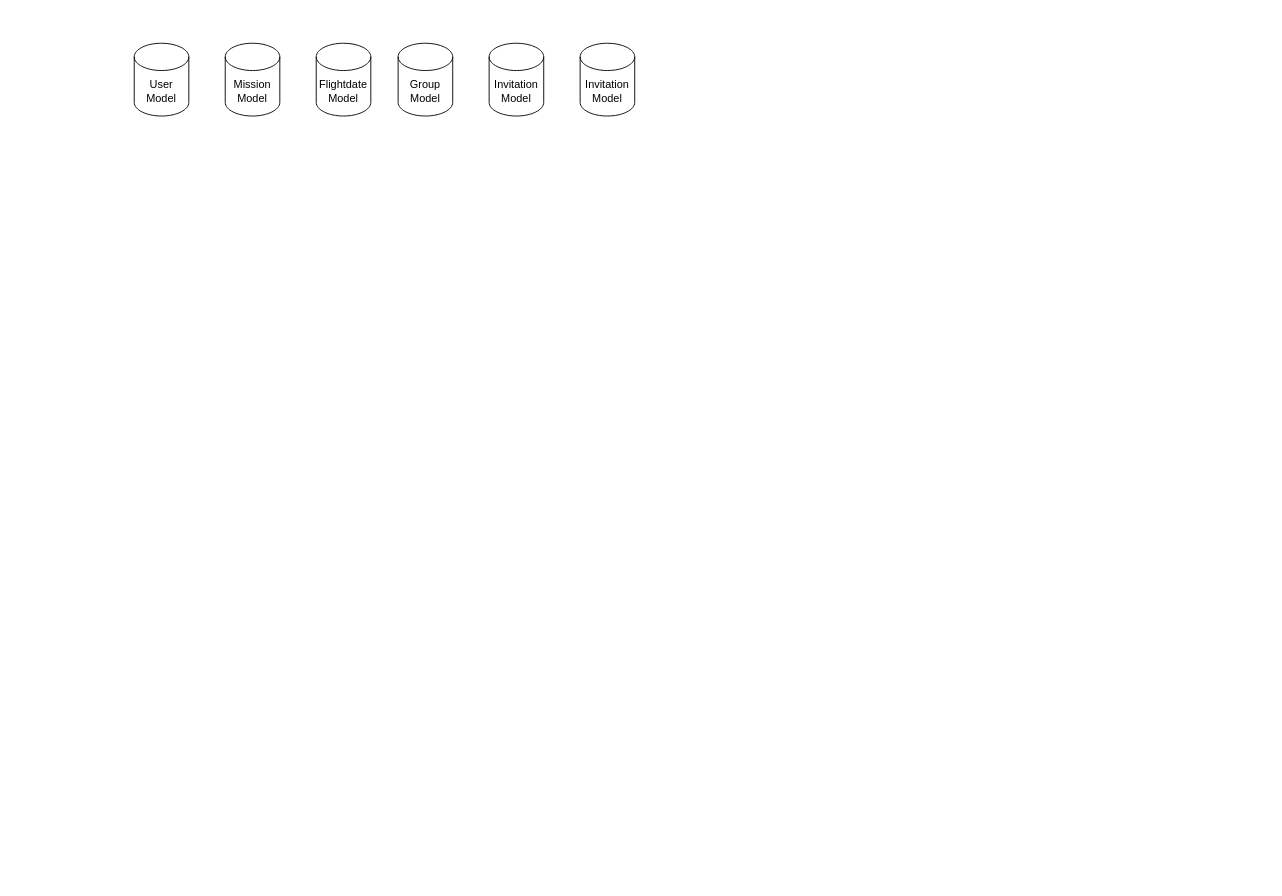
FawnRescue/planning keeps this draw.io diagram as frontend-model.drawio. Above is the earlier version. Source tidied: cells renumbered, new cells numbered last; positions are measured from the earlier drawing's top-left corner, leaving out a move shared by most shapes. Both pictures are drawn from the tidied source at 91%, with x=0, y=0 at pixel (134, 43).
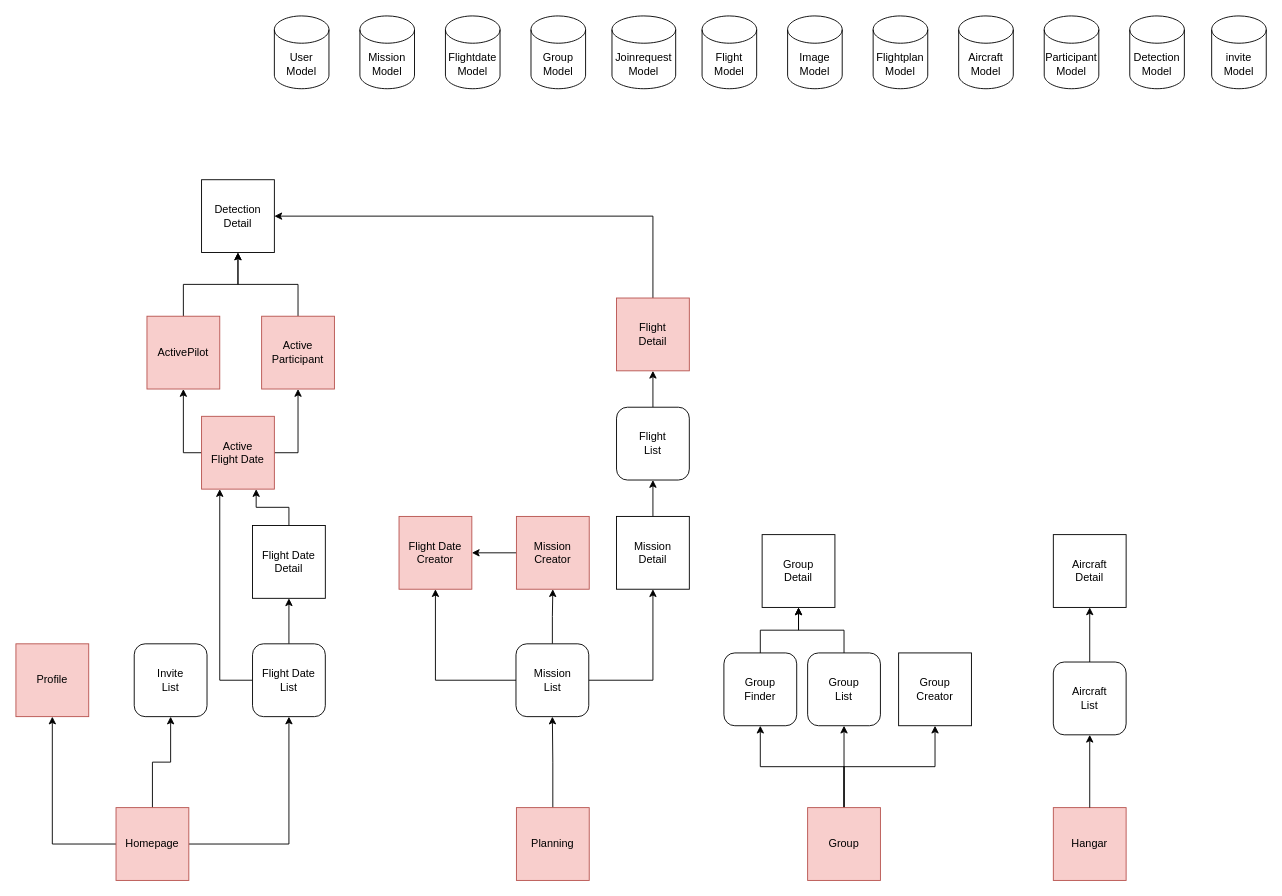
After the change.

Change to the diagram source:
```diff
@@
     <mxCell id="2" value="&lt;div&gt;User&lt;/div&gt;&lt;div&gt;Model&lt;/div&gt;" style="shape=cylinder3;whiteSpace=wrap;html=1;boundedLbl=1;backgroundOutline=1;size=15;" parent="1" vertex="1">
-      <mxGeometry width="60" height="80" as="geometry" />
+      <mxGeometry x="154" y="-30" width="60" height="80" as="geometry" />
     </mxCell>
     <mxCell id="3" value="&lt;div&gt;Mission&lt;/div&gt;&lt;div&gt;Model&lt;br&gt;&lt;/div&gt;" style="shape=cylinder3;whiteSpace=wrap;html=1;boundedLbl=1;backgroundOutline=1;size=15;" parent="1" vertex="1">
-      <mxGeometry x="100" width="60" height="80" as="geometry" />
+      <mxGeometry x="248" y="-30" width="60" height="80" as="geometry" />
     </mxCell>
     <mxCell id="4" value="&lt;div&gt;Flightdate&lt;/div&gt;&lt;div&gt;Model&lt;/div&gt;" style="shape=cylinder3;whiteSpace=wrap;html=1;boundedLbl=1;backgroundOutline=1;size=15;" parent="1" vertex="1">
-      <mxGeometry x="200" width="60" height="80" as="geometry" />
+      <mxGeometry x="342" y="-30" width="60" height="80" as="geometry" />
     </mxCell>
     <mxCell id="5" value="&lt;div&gt;Group&lt;/div&gt;&lt;div&gt;Model&lt;br&gt;&lt;/div&gt;" style="shape=cylinder3;whiteSpace=wrap;html=1;boundedLbl=1;backgroundOutline=1;size=15;" parent="1" vertex="1">
-      <mxGeometry x="290" width="60" height="80" as="geometry" />
+      <mxGeometry x="436" y="-30" width="60" height="80" as="geometry" />
     </mxCell>
-    <mxCell id="6" value="&lt;div&gt;Invitation&lt;/div&gt;&lt;div&gt;Model&lt;br&gt;&lt;/div&gt;" style="shape=cylinder3;whiteSpace=wrap;html=1;boundedLbl=1;backgroundOutline=1;size=15;" parent="1" vertex="1">
-      <mxGeometry x="390" width="60" height="80" as="geometry" />
+    <mxCell id="6" value="&lt;div&gt;Joinrequest&lt;/div&gt;&lt;div&gt;Model&lt;br&gt;&lt;/div&gt;" style="shape=cylinder3;whiteSpace=wrap;html=1;boundedLbl=1;backgroundOutline=1;size=15;" parent="1" vertex="1">
+      <mxGeometry x="525" y="-30" width="70" height="80" as="geometry" />
     </mxCell>
-    <mxCell id="7" value="&lt;div&gt;Invitation&lt;/div&gt;&lt;div&gt;Model&lt;br&gt;&lt;/div&gt;" style="shape=cylinder3;whiteSpace=wrap;html=1;boundedLbl=1;backgroundOutline=1;size=15;" parent="1" vertex="1">
-      <mxGeometry x="490" width="60" height="80" as="geometry" />
+    <mxCell id="7" value="&lt;div&gt;Flight&lt;/div&gt;&lt;div&gt;Model&lt;/div&gt;" style="shape=cylinder3;whiteSpace=wrap;html=1;boundedLbl=1;backgroundOutline=1;size=15;" parent="1" vertex="1">
+      <mxGeometry x="624" y="-30" width="60" height="80" as="geometry" />
     </mxCell>
+    <mxCell id="8" value="&lt;div&gt;Image&lt;/div&gt;&lt;div&gt;Model&lt;br&gt;&lt;/div&gt;" style="shape=cylinder3;whiteSpace=wrap;html=1;boundedLbl=1;backgroundOutline=1;size=15;" parent="1" vertex="1">
+      <mxGeometry x="718" y="-30" width="60" height="80" as="geometry" />
+    </mxCell>
+    <mxCell id="9" value="&lt;div&gt;Flightplan&lt;/div&gt;&lt;div&gt;Model&lt;br&gt;&lt;/div&gt;" style="shape=cylinder3;whiteSpace=wrap;html=1;boundedLbl=1;backgroundOutline=1;size=15;" parent="1" vertex="1">
+      <mxGeometry x="812" y="-30" width="60" height="80" as="geometry" />
+    </mxCell>
+    <mxCell id="10" value="&lt;div&gt;Aircraft&lt;/div&gt;&lt;div&gt;Model&lt;br&gt;&lt;/div&gt;" style="shape=cylinder3;whiteSpace=wrap;html=1;boundedLbl=1;backgroundOutline=1;size=15;" parent="1" vertex="1">
+      <mxGeometry x="906" y="-30" width="60" height="80" as="geometry" />
+    </mxCell>
+    <mxCell id="11" value="&lt;div&gt;Participant&lt;/div&gt;&lt;div&gt;Model&lt;br&gt;&lt;/div&gt;" style="shape=cylinder3;whiteSpace=wrap;html=1;boundedLbl=1;backgroundOutline=1;size=15;" parent="1" vertex="1">
+      <mxGeometry x="1000" y="-30" width="60" height="80" as="geometry" />
+    </mxCell>
+    <mxCell id="12" value="&lt;div&gt;Detection&lt;/div&gt;&lt;div&gt;Model&lt;br&gt;&lt;/div&gt;" style="shape=cylinder3;whiteSpace=wrap;html=1;boundedLbl=1;backgroundOutline=1;size=15;" parent="1" vertex="1">
+      <mxGeometry x="1094" y="-30" width="60" height="80" as="geometry" />
+    </mxCell>
+    <mxCell id="13" style="edgeStyle=orthogonalEdgeStyle;rounded=0;jettySize=auto;html=1;entryX=0.5;entryY=1;entryDx=0;entryDy=0;" parent="1" edge="1" source="16" target="38">
+      <mxGeometry relative="1" as="geometry" />
+    </mxCell>
+    <mxCell id="14" style="edgeStyle=orthogonalEdgeStyle;rounded=0;jettySize=auto;html=1;entryX=0.5;entryY=1;entryDx=0;entryDy=0;" parent="1" edge="1" source="16" target="32">
+      <mxGeometry relative="1" as="geometry" />
+    </mxCell>
+    <mxCell id="15" style="edgeStyle=orthogonalEdgeStyle;rounded=0;jettySize=auto;html=1;entryX=0.5;entryY=1;entryDx=0;entryDy=0;" parent="1" edge="1" source="16" target="31">
+      <mxGeometry relative="1" as="geometry" />
+    </mxCell>
+    <mxCell id="16" value="&lt;div&gt;Homepage&lt;/div&gt;" style="whiteSpace=wrap;html=1;fillColor=#f8cecc;strokeColor=#b85450;" parent="1" vertex="1">
+      <mxGeometry x="-20" y="840" width="80" height="80" as="geometry" />
+    </mxCell>
+    <mxCell id="17" style="edgeStyle=orthogonalEdgeStyle;rounded=0;jettySize=auto;html=1;exitX=0.5;exitY=0;exitDx=0;exitDy=0;entryX=0.5;entryY=1;entryDx=0;entryDy=0;" parent="1" edge="1" source="57" target="24">
+      <mxGeometry relative="1" as="geometry" />
+    </mxCell>
+    <mxCell id="18" value="&lt;div&gt;Hangar&lt;/div&gt;" style="whiteSpace=wrap;html=1;fillColor=#f8cecc;strokeColor=#b85450;" parent="1" vertex="1">
+      <mxGeometry x="1010" y="840" width="80" height="80" as="geometry" />
+    </mxCell>
+    <mxCell id="19" style="edgeStyle=orthogonalEdgeStyle;rounded=0;jettySize=auto;html=1;exitX=0.5;exitY=0;exitDx=0;exitDy=0;entryX=0.5;entryY=1;entryDx=0;entryDy=0;" parent="1" edge="1" source="20" target="23">
+      <mxGeometry relative="1" as="geometry" />
+    </mxCell>
+    <mxCell id="20" value="&lt;div&gt;Group&lt;/div&gt;&lt;div&gt;List&lt;br&gt;&lt;/div&gt;" style="whiteSpace=wrap;html=1;rounded=1;" parent="1" vertex="1">
+      <mxGeometry x="740" y="670" width="80" height="80" as="geometry" />
+    </mxCell>
+    <mxCell id="21" style="edgeStyle=orthogonalEdgeStyle;rounded=0;jettySize=auto;html=1;exitX=0.5;exitY=0;exitDx=0;exitDy=0;entryX=0.5;entryY=1;entryDx=0;entryDy=0;" parent="1" edge="1" source="22" target="23">
+      <mxGeometry relative="1" as="geometry" />
+    </mxCell>
+    <mxCell id="22" value="&lt;div&gt;Group&lt;/div&gt;&lt;div&gt;Finder&lt;br&gt;&lt;/div&gt;" style="whiteSpace=wrap;html=1;rounded=1;" parent="1" vertex="1">
+      <mxGeometry x="648" y="670" width="80" height="80" as="geometry" />
+    </mxCell>
+    <mxCell id="23" value="&lt;div&gt;Group&lt;/div&gt;&lt;div&gt;Detail&lt;br&gt;&lt;/div&gt;" style="whiteSpace=wrap;html=1;" parent="1" vertex="1">
+      <mxGeometry x="690" y="540" width="80" height="80" as="geometry" />
+    </mxCell>
+    <mxCell id="24" value="&lt;div&gt;Aircraft&lt;/div&gt;&lt;div&gt;Detail&lt;br&gt;&lt;/div&gt;" style="whiteSpace=wrap;html=1;" parent="1" vertex="1">
+      <mxGeometry x="1010" y="540" width="80" height="80" as="geometry" />
+    </mxCell>
+    <mxCell id="25" style="edgeStyle=orthogonalEdgeStyle;rounded=0;jettySize=auto;html=1;exitX=1;exitY=0.5;exitDx=0;exitDy=0;entryX=0.5;entryY=1;entryDx=0;entryDy=0;" parent="1" edge="1" source="28" target="37">
+      <mxGeometry relative="1" as="geometry" />
+    </mxCell>
+    <mxCell id="26" style="edgeStyle=orthogonalEdgeStyle;rounded=0;jettySize=auto;html=1;exitX=0.5;exitY=0;exitDx=0;exitDy=0;entryX=0.5;entryY=1;entryDx=0;entryDy=0;" parent="1" edge="1" source="28" target="42">
+      <mxGeometry relative="1" as="geometry" />
+    </mxCell>
+    <mxCell id="27" style="edgeStyle=orthogonalEdgeStyle;rounded=0;jettySize=auto;html=1;exitX=0;exitY=0.5;exitDx=0;exitDy=0;entryX=0.5;entryY=1;entryDx=0;entryDy=0;" parent="1" edge="1" source="28" target="43">
+      <mxGeometry relative="1" as="geometry" />
+    </mxCell>
+    <mxCell id="28" value="&lt;div&gt;Mission&lt;/div&gt;&lt;div&gt;List&lt;br&gt;&lt;/div&gt;" style="whiteSpace=wrap;html=1;rounded=1;" parent="1" vertex="1">
+      <mxGeometry x="419.5" y="660" width="80" height="80" as="geometry" />
+    </mxCell>
+    <mxCell id="29" style="edgeStyle=orthogonalEdgeStyle;rounded=0;jettySize=auto;html=1;entryX=0.5;entryY=1;entryDx=0;entryDy=0;" parent="1" edge="1" source="31" target="35">
+      <mxGeometry relative="1" as="geometry" />
+    </mxCell>
+    <mxCell id="30" style="edgeStyle=orthogonalEdgeStyle;rounded=0;jettySize=auto;html=1;exitX=0;exitY=0.5;exitDx=0;exitDy=0;entryX=0.25;entryY=1;entryDx=0;entryDy=0;" parent="1" edge="1" source="31" target="55">
+      <mxGeometry relative="1" as="geometry" />
+    </mxCell>
+    <mxCell id="31" value="&lt;div&gt;Flight Date&lt;/div&gt;&lt;div&gt;List&lt;br&gt;&lt;/div&gt;" style="whiteSpace=wrap;html=1;rounded=1;" parent="1" vertex="1">
+      <mxGeometry x="130" y="660" width="80" height="80" as="geometry" />
+    </mxCell>
+    <mxCell id="32" value="&lt;div&gt;Invite&lt;/div&gt;&lt;div&gt;List&lt;br&gt;&lt;/div&gt;" style="whiteSpace=wrap;html=1;rounded=1;" parent="1" vertex="1">
+      <mxGeometry y="660" width="80" height="80" as="geometry" />
+    </mxCell>
+    <mxCell id="33" value="invite Model" style="shape=cylinder3;whiteSpace=wrap;html=1;boundedLbl=1;backgroundOutline=1;size=15;" parent="1" vertex="1">
+      <mxGeometry x="1184" y="-30" width="60" height="80" as="geometry" />
+    </mxCell>
+    <mxCell id="34" style="edgeStyle=orthogonalEdgeStyle;rounded=0;jettySize=auto;html=1;exitX=0.5;exitY=0;exitDx=0;exitDy=0;entryX=0.75;entryY=1;entryDx=0;entryDy=0;" parent="1" edge="1" source="35" target="55">
+      <mxGeometry relative="1" as="geometry" />
+    </mxCell>
+    <mxCell id="35" value="&lt;div&gt;Flight Date&lt;/div&gt;&lt;div&gt;Detail&lt;br&gt;&lt;/div&gt;" style="whiteSpace=wrap;html=1;" parent="1" vertex="1">
+      <mxGeometry x="130" y="530" width="80" height="80" as="geometry" />
+    </mxCell>
+    <mxCell id="36" style="edgeStyle=orthogonalEdgeStyle;rounded=0;jettySize=auto;html=1;exitX=0.5;exitY=0;exitDx=0;exitDy=0;entryX=0.5;entryY=1;entryDx=0;entryDy=0;" parent="1" edge="1" source="37" target="59">
+      <mxGeometry relative="1" as="geometry" />
+    </mxCell>
+    <mxCell id="37" value="&lt;div&gt;Mission&lt;/div&gt;&lt;div&gt;Detail&lt;br&gt;&lt;/div&gt;" style="whiteSpace=wrap;html=1;" parent="1" vertex="1">
+      <mxGeometry x="530" y="520" width="80" height="80" as="geometry" />
+    </mxCell>
+    <mxCell id="38" value="Profile" style="whiteSpace=wrap;html=1;fillColor=#f8cecc;strokeColor=#b85450;" parent="1" vertex="1">
+      <mxGeometry x="-130" y="660" width="80" height="80" as="geometry" />
+    </mxCell>
+    <mxCell id="39" style="edgeStyle=orthogonalEdgeStyle;rounded=0;jettySize=auto;html=1;exitX=0.5;exitY=0;exitDx=0;exitDy=0;entryX=0.5;entryY=1;entryDx=0;entryDy=0;" parent="1" edge="1" source="40" target="28">
+      <mxGeometry relative="1" as="geometry" />
+    </mxCell>
+    <mxCell id="40" value="&lt;div&gt;Planning&lt;/div&gt;" style="whiteSpace=wrap;html=1;fillColor=#f8cecc;strokeColor=#b85450;" parent="1" vertex="1">
+      <mxGeometry x="420" y="840" width="80" height="80" as="geometry" />
+    </mxCell>
+    <mxCell id="41" style="edgeStyle=orthogonalEdgeStyle;rounded=0;jettySize=auto;html=1;exitX=0;exitY=0.5;exitDx=0;exitDy=0;entryX=1;entryY=0.5;entryDx=0;entryDy=0;" parent="1" edge="1" source="42" target="43">
+      <mxGeometry relative="1" as="geometry" />
+    </mxCell>
+    <mxCell id="42" value="&lt;div&gt;Mission&lt;/div&gt;&lt;div&gt;Creator&lt;br&gt;&lt;/div&gt;" style="whiteSpace=wrap;html=1;fillColor=#f8cecc;strokeColor=#b85450;" parent="1" vertex="1">
+      <mxGeometry x="420" y="520" width="80" height="80" as="geometry" />
+    </mxCell>
+    <mxCell id="43" value="&lt;div&gt;Flight Date&lt;br&gt;&lt;/div&gt;&lt;div&gt;Creator&lt;br&gt;&lt;/div&gt;" style="whiteSpace=wrap;html=1;fillColor=#f8cecc;strokeColor=#b85450;" parent="1" vertex="1">
+      <mxGeometry x="291" y="520" width="80" height="80" as="geometry" />
+    </mxCell>
+    <mxCell id="44" style="edgeStyle=orthogonalEdgeStyle;rounded=0;jettySize=auto;html=1;exitX=0.5;exitY=0;exitDx=0;exitDy=0;entryX=0.5;entryY=1;entryDx=0;entryDy=0;" parent="1" edge="1" source="47" target="20">
+      <mxGeometry relative="1" as="geometry" />
+    </mxCell>
+    <mxCell id="45" style="edgeStyle=orthogonalEdgeStyle;rounded=0;jettySize=auto;html=1;exitX=0.5;exitY=0;exitDx=0;exitDy=0;entryX=0.5;entryY=1;entryDx=0;entryDy=0;" parent="1" edge="1" source="47" target="22">
+      <mxGeometry relative="1" as="geometry" />
+    </mxCell>
+    <mxCell id="46" style="edgeStyle=orthogonalEdgeStyle;rounded=0;jettySize=auto;html=1;exitX=0.5;exitY=0;exitDx=0;exitDy=0;entryX=0.5;entryY=1;entryDx=0;entryDy=0;" parent="1" edge="1" source="47" target="62">
+      <mxGeometry relative="1" as="geometry" />
+    </mxCell>
+    <mxCell id="47" value="Group" style="whiteSpace=wrap;html=1;fillColor=#f8cecc;strokeColor=#b85450;" parent="1" vertex="1">
+      <mxGeometry x="740" y="840" width="80" height="80" as="geometry" />
+    </mxCell>
+    <mxCell id="48" style="edgeStyle=orthogonalEdgeStyle;rounded=0;jettySize=auto;html=1;exitX=0.5;exitY=0;exitDx=0;exitDy=0;entryX=0.5;entryY=1;entryDx=0;entryDy=0;" parent="1" edge="1" source="49" target="52">
+      <mxGeometry relative="1" as="geometry" />
+    </mxCell>
+    <mxCell id="49" value="ActivePilot" style="whiteSpace=wrap;html=1;fillColor=#f8cecc;strokeColor=#b85450;" parent="1" vertex="1">
+      <mxGeometry x="14" y="300" width="80" height="80" as="geometry" />
+    </mxCell>
+    <mxCell id="50" style="edgeStyle=orthogonalEdgeStyle;rounded=0;jettySize=auto;html=1;exitX=0.5;exitY=0;exitDx=0;exitDy=0;entryX=0.5;entryY=1;entryDx=0;entryDy=0;" parent="1" edge="1" source="51" target="52">
+      <mxGeometry relative="1" as="geometry" />
+    </mxCell>
+    <mxCell id="51" value="&lt;div&gt;Active&lt;/div&gt;&lt;div&gt;Participant&lt;/div&gt;" style="whiteSpace=wrap;html=1;fillColor=#f8cecc;strokeColor=#b85450;" parent="1" vertex="1">
+      <mxGeometry x="140" y="300" width="80" height="80" as="geometry" />
+    </mxCell>
+    <mxCell id="52" value="&lt;div&gt;Detection&lt;/div&gt;&lt;div&gt;Detail&lt;br&gt;&lt;/div&gt;" style="whiteSpace=wrap;html=1;" parent="1" vertex="1">
+      <mxGeometry x="74" y="150" width="80" height="80" as="geometry" />
+    </mxCell>
+    <mxCell id="53" style="edgeStyle=orthogonalEdgeStyle;rounded=0;jettySize=auto;html=1;exitX=1;exitY=0.5;exitDx=0;exitDy=0;entryX=0.5;entryY=1;entryDx=0;entryDy=0;" parent="1" edge="1" source="55" target="51">
+      <mxGeometry relative="1" as="geometry" />
+    </mxCell>
+    <mxCell id="54" style="edgeStyle=orthogonalEdgeStyle;rounded=0;jettySize=auto;html=1;exitX=0;exitY=0.5;exitDx=0;exitDy=0;entryX=0.5;entryY=1;entryDx=0;entryDy=0;" parent="1" edge="1" source="55" target="49">
+      <mxGeometry relative="1" as="geometry" />
+    </mxCell>
+    <mxCell id="55" value="&lt;div&gt;Active&lt;/div&gt;&lt;div&gt;Flight Date&lt;br&gt;&lt;/div&gt;" style="whiteSpace=wrap;html=1;fillColor=#f8cecc;strokeColor=#b85450;" parent="1" vertex="1">
+      <mxGeometry x="74" y="410" width="80" height="80" as="geometry" />
+    </mxCell>
+    <mxCell id="56" style="edgeStyle=orthogonalEdgeStyle;rounded=0;jettySize=auto;html=1;exitX=0.5;exitY=0;exitDx=0;exitDy=0;entryX=0.5;entryY=1;entryDx=0;entryDy=0;" parent="1" edge="1" source="18" target="57">
+      <mxGeometry relative="1" as="geometry" />
+    </mxCell>
+    <mxCell id="57" value="&lt;div&gt;Aircraft&lt;br&gt;&lt;/div&gt;&lt;div&gt;List&lt;br&gt;&lt;/div&gt;" style="whiteSpace=wrap;html=1;rounded=1;" parent="1" vertex="1">
+      <mxGeometry x="1010" y="680" width="80" height="80" as="geometry" />
+    </mxCell>
+    <mxCell id="58" style="edgeStyle=orthogonalEdgeStyle;rounded=0;jettySize=auto;html=1;exitX=0.5;exitY=0;exitDx=0;exitDy=0;entryX=0.5;entryY=1;entryDx=0;entryDy=0;" parent="1" edge="1" source="59" target="61">
+      <mxGeometry relative="1" as="geometry" />
+    </mxCell>
+    <mxCell id="59" value="&lt;div&gt;Flight&lt;/div&gt;&lt;div&gt;List&lt;br&gt;&lt;/div&gt;" style="whiteSpace=wrap;html=1;rounded=1;" parent="1" vertex="1">
+      <mxGeometry x="530" y="400" width="80" height="80" as="geometry" />
+    </mxCell>
+    <mxCell id="60" style="edgeStyle=orthogonalEdgeStyle;rounded=0;jettySize=auto;html=1;exitX=0.5;exitY=0;exitDx=0;exitDy=0;entryX=1;entryY=0.5;entryDx=0;entryDy=0;" parent="1" edge="1" source="61" target="52">
+      <mxGeometry relative="1" as="geometry" />
+    </mxCell>
+    <mxCell id="61" value="&lt;div&gt;Flight&lt;/div&gt;&lt;div&gt;Detail&lt;br&gt;&lt;/div&gt;" style="whiteSpace=wrap;html=1;fillColor=#f8cecc;strokeColor=#b85450;" parent="1" vertex="1">
+      <mxGeometry x="530" y="280" width="80" height="80" as="geometry" />
+    </mxCell>
+    <mxCell id="62" value="&lt;div&gt;Group&lt;/div&gt;&lt;div&gt;Creator&lt;br&gt;&lt;/div&gt;" style="whiteSpace=wrap;html=1;" parent="1" vertex="1">
+      <mxGeometry x="840" y="670" width="80" height="80" as="geometry" />
+    </mxCell>
```
